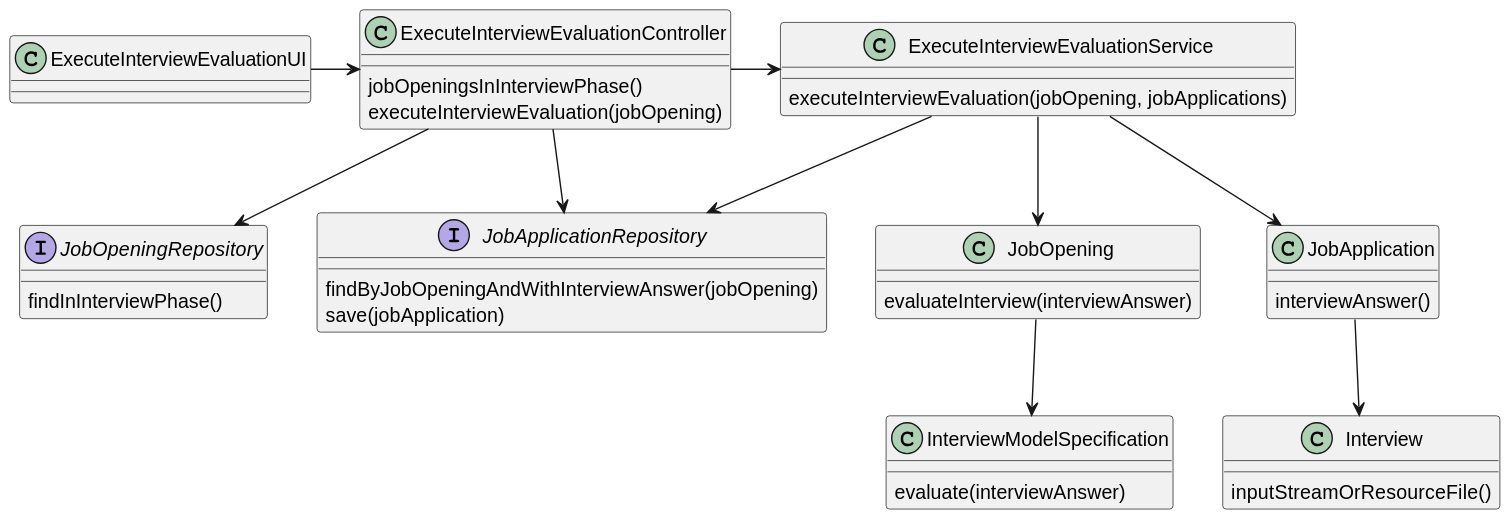
Rodrick0209/ISEP-SEM4PI-23-24 keeps this PlantUML diagram as docs/SprintC/us1018/CD/CD.svg. Above is the earlier version. Source of this version:
```plantuml
@startuml

class ExecuteInterviewEvaluationUI
class ExecuteInterviewEvaluationController {
    jobOpeningsInInterviewPhase()
    executeInterviewEvaluation(jobOpening)
    }
class ExecuteInterviewEvaluationService{
    executeInterviewEvaluation(jobOpening, jobApplications)
    }
interface JobOpeningRepository{
    findInInterviewPhase()
    }
interface JobApplicationRepository{
    findByJobOpeningAndWithInterviewAnswer(jobOpening)
    save(jobApplication)
    }
class JobOpening{
    evaluateInterview(interviewAnswer)
    }
class JobApplication{
    interviewAnswer()
}
class InterviewModelSpecification{
    evaluate(interviewAnswer)
    }
class Interview{
    inputStreamOrResourceFile()
    }


ExecuteInterviewEvaluationUI -> ExecuteInterviewEvaluationController
ExecuteInterviewEvaluationController --> JobOpeningRepository
ExecuteInterviewEvaluationController --> JobApplicationRepository
ExecuteInterviewEvaluationController -> ExecuteInterviewEvaluationService
ExecuteInterviewEvaluationService --> JobApplicationRepository
ExecuteInterviewEvaluationService --> JobOpening
ExecuteInterviewEvaluationService --> JobApplication
JobOpening --> InterviewModelSpecification
JobApplication --> Interview
@enduml
```
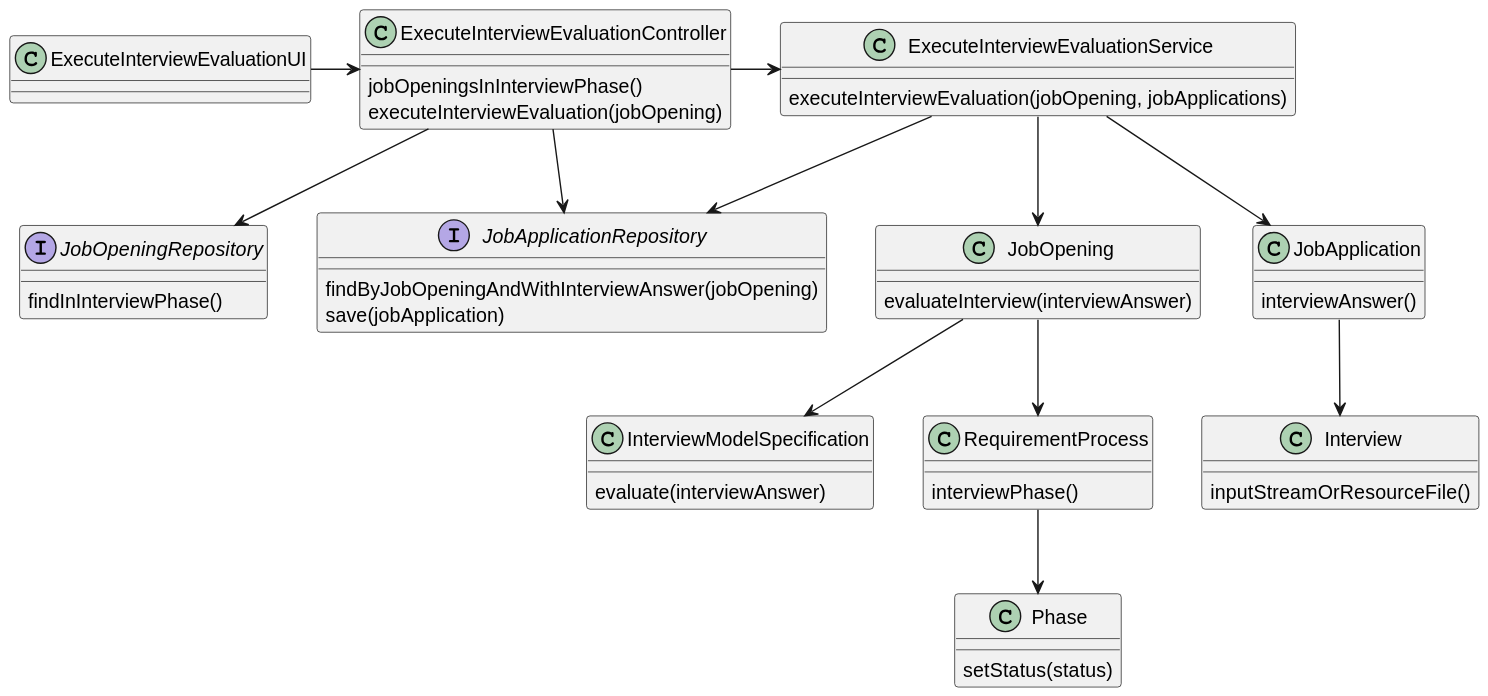
After the change.

Change to the diagram source:
```diff
@@ -27,6 +27,12 @@
 class Interview{
     inputStreamOrResourceFile()
     }
+class RequirementProcess{
+    interviewPhase()
+    }
+class Phase{
+    setStatus(status)
+    }
 
 
 ExecuteInterviewEvaluationUI -> ExecuteInterviewEvaluationController
@@ -37,5 +43,7 @@
 ExecuteInterviewEvaluationService --> JobOpening
 ExecuteInterviewEvaluationService --> JobApplication
 JobOpening --> InterviewModelSpecification
+JobOpening --> RequirementProcess
+RequirementProcess --> Phase
 JobApplication --> Interview
 @enduml
```
